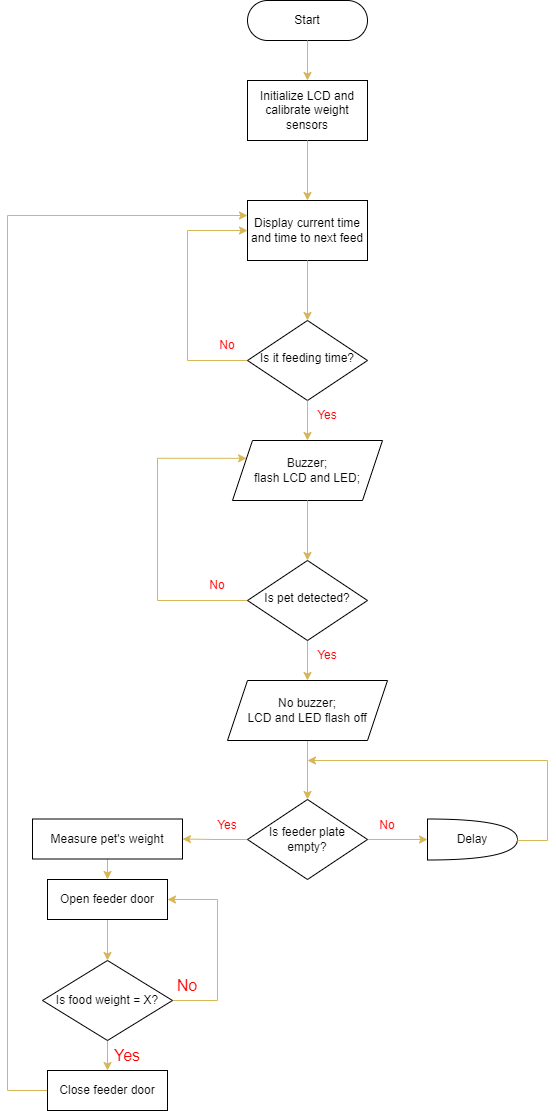
Before: Photos/flowchart.png, a diagram exported from draw.io (Bernitarist/AUTOMATIC-FOOD-DISPENSER-FOR-PETS). Source tidied: cells renumbered, new cells last; positions are measured from the earlier drawing's top-left corner, leaving out a move shared by most shapes.
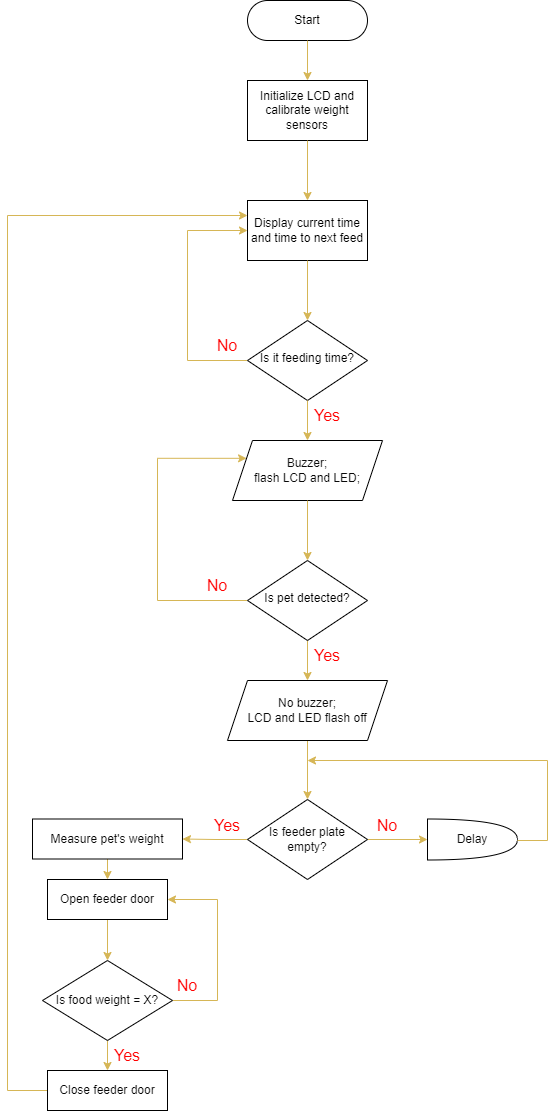
The same file after the commit.

What changed in the source:
```diff
@@ -129,22 +129,22 @@
         <mxPoint x="540" y="840" as="targetPoint" />
       </mxGeometry>
     </mxCell>
-    <mxCell id="34" value="Yes" style="text;html=1;strokeColor=none;fillColor=none;align=center;verticalAlign=middle;whiteSpace=wrap;rounded=0;fontColor=#FF0000;" parent="1" vertex="1">
+    <mxCell id="34" value="Yes" style="text;html=1;strokeColor=none;fillColor=none;align=center;verticalAlign=middle;whiteSpace=wrap;rounded=0;fontColor=#FF0000;fontSize=16;" parent="1" vertex="1">
       <mxGeometry x="290" y="400" width="60" height="30" as="geometry" />
     </mxCell>
-    <mxCell id="35" value="No" style="text;html=1;align=center;verticalAlign=middle;whiteSpace=wrap;rounded=0;fontColor=#FF0000;" parent="1" vertex="1">
+    <mxCell id="35" value="No" style="text;html=1;align=center;verticalAlign=middle;whiteSpace=wrap;rounded=0;fontColor=#FF0000;fontSize=16;" parent="1" vertex="1">
       <mxGeometry x="190" y="330" width="60" height="30" as="geometry" />
     </mxCell>
-    <mxCell id="36" value="Yes" style="text;html=1;strokeColor=none;fillColor=none;align=center;verticalAlign=middle;whiteSpace=wrap;rounded=0;fontColor=#FF0000;" parent="1" vertex="1">
+    <mxCell id="36" value="Yes" style="text;html=1;strokeColor=none;fillColor=none;align=center;verticalAlign=middle;whiteSpace=wrap;rounded=0;fontColor=#FF0000;fontSize=16;" parent="1" vertex="1">
       <mxGeometry x="290" y="640" width="60" height="30" as="geometry" />
     </mxCell>
-    <mxCell id="37" value="No" style="text;html=1;strokeColor=none;fillColor=none;align=center;verticalAlign=middle;whiteSpace=wrap;rounded=0;fontColor=#FF0000;" parent="1" vertex="1">
+    <mxCell id="37" value="No" style="text;html=1;strokeColor=none;fillColor=none;align=center;verticalAlign=middle;whiteSpace=wrap;rounded=0;fontColor=#FF0000;fontSize=16;" parent="1" vertex="1">
       <mxGeometry x="180" y="570" width="60" height="30" as="geometry" />
     </mxCell>
-    <mxCell id="38" value="No" style="text;html=1;strokeColor=none;fillColor=none;align=center;verticalAlign=middle;whiteSpace=wrap;rounded=0;fontColor=#FF0000;" parent="1" vertex="1">
+    <mxCell id="38" value="No" style="text;html=1;strokeColor=none;fillColor=none;align=center;verticalAlign=middle;whiteSpace=wrap;rounded=0;fontColor=#FF0000;fontSize=16;" parent="1" vertex="1">
       <mxGeometry x="350" y="810" width="60" height="30" as="geometry" />
     </mxCell>
-    <mxCell id="39" value="Yes" style="text;html=1;strokeColor=none;fillColor=none;align=center;verticalAlign=middle;whiteSpace=wrap;rounded=0;fontColor=#FF0000;" parent="1" vertex="1">
+    <mxCell id="39" value="Yes" style="text;html=1;strokeColor=none;fillColor=none;align=center;verticalAlign=middle;whiteSpace=wrap;rounded=0;fontColor=#FF0000;fontSize=16;" parent="1" vertex="1">
       <mxGeometry x="190" y="810" width="60" height="30" as="geometry" />
     </mxCell>
     <mxCell id="40" value="No" style="text;html=1;strokeColor=none;fillColor=none;align=center;verticalAlign=middle;whiteSpace=wrap;rounded=0;fontColor=#FF0000;fontSize=16;" parent="1" vertex="1">
```
